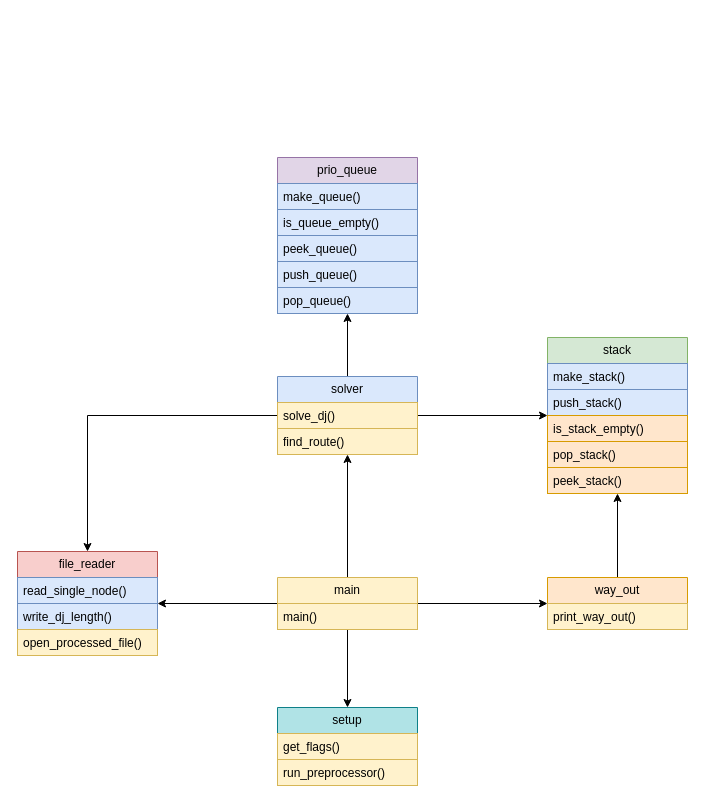
ATTWGRAT/A-MAZE-ING keeps this draw.io diagram as modules.drawio. Above is the earlier version. Source tidied: cells renumbered, new cells numbered last; positions are measured from the earlier drawing's top-left corner, leaving out a move shared by most shapes. Both pictures are drawn from the tidied source at 100%, with x=0, y=0 at pixel (17, 157).
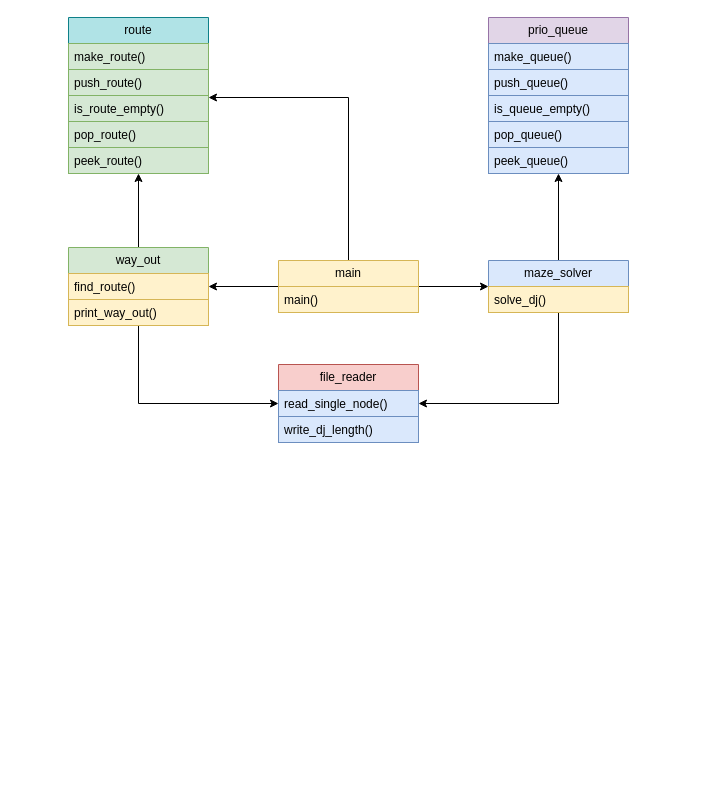
The same diagram, later.

The change refers to these unchanged cells:
```xml
<mxCell id="18" value="read_single_node()" style="text;strokeColor=#6c8ebf;fillColor=#dae8fc;align=left;verticalAlign=top;spacingLeft=4;spacingRight=4;overflow=hidden;points=[[0,0.5],[1,0.5]];portConstraint=eastwest;whiteSpace=wrap;html=1;" parent="17" vertex="1">
  <mxGeometry y="26" width="140" height="26" as="geometry" />
</mxCell>
```

Diff of the diagram source:
```diff
@@
-    <mxCell id="3" style="edgeStyle=orthogonalEdgeStyle;rounded=0;jettySize=auto;html=1;" parent="1" edge="1" source="6" target="17">
-      <mxGeometry relative="1" as="geometry" />
-    </mxCell>
-    <mxCell id="4" style="edgeStyle=orthogonalEdgeStyle;rounded=0;jettySize=auto;html=1;exitX=0.5;exitY=0;exitDx=0;exitDy=0;entryX=0.5;entryY=1;entryDx=0;entryDy=0;" parent="1" edge="1" source="6" target="24">
+    <mxCell id="4" style="edgeStyle=orthogonalEdgeStyle;rounded=0;jettySize=auto;html=1;" parent="1" edge="1" source="6" target="24">
       <mxGeometry relative="1" as="geometry" />
     </mxCell>
-    <mxCell id="5" style="edgeStyle=orthogonalEdgeStyle;rounded=0;jettySize=auto;html=1;" parent="1" edge="1" source="6" target="33">
-      <mxGeometry relative="1" as="geometry" />
-    </mxCell>
+    <mxCell id="36" style="edgeStyle=orthogonalEdgeStyle;rounded=0;jettySize=auto;html=1;" parent="1" edge="1" source="6" target="14">
+      <mxGeometry relative="1" as="geometry">
+        <Array as="points">
+          <mxPoint x="331" y="-60" />
+        </Array>
+      </mxGeometry>
+    </mxCell>
     <mxCell id="6" value="main" style="swimlane;fontStyle=0;horizontal=1;startSize=26;fillColor=#fff2cc;whiteSpace=wrap;html=1;strokeColor=#d6b656;" parent="1" vertex="1">
-      <mxGeometry x="260" y="420" width="140" height="52" as="geometry" />
+      <mxGeometry x="261" y="103" width="140" height="52" as="geometry" />
     </mxCell>
@@
+    <mxCell id="37" style="edgeStyle=orthogonalEdgeStyle;rounded=0;jettySize=auto;html=1;" parent="1" edge="1" source="9" target="18">
+      <mxGeometry relative="1" as="geometry">
+        <Array as="points">
+          <mxPoint x="121" y="246" />
+        </Array>
+      </mxGeometry>
+    </mxCell>
-    <mxCell id="9" value="way_out" style="swimlane;fontStyle=0;horizontal=1;startSize=26;fillColor=#ffe6cc;whiteSpace=wrap;html=1;strokeColor=#d79b00;" parent="1" vertex="1">
-      <mxGeometry x="530" y="420" width="140" height="52" as="geometry" />
+    <mxCell id="9" value="way_out" style="swimlane;fontStyle=0;horizontal=1;startSize=26;fillColor=#d5e8d4;whiteSpace=wrap;html=1;strokeColor=#82b366;" parent="1" vertex="1">
+      <mxGeometry x="51" y="90" width="140" height="78" as="geometry" />
     </mxCell>
+    <mxCell id="26" value="find_route()" style="text;strokeColor=#d6b656;fillColor=#fff2cc;align=left;verticalAlign=top;spacingLeft=4;spacingRight=4;overflow=hidden;whiteSpace=wrap;html=1;" parent="9" vertex="1">
+      <mxGeometry y="26" width="140" height="26" as="geometry" />
+    </mxCell>
     <mxCell id="10" value="print_way_out()" style="text;strokeColor=#d6b656;fillColor=#fff2cc;align=left;verticalAlign=top;spacingLeft=4;spacingRight=4;overflow=hidden;whiteSpace=wrap;html=1;" parent="9" vertex="1">
-      <mxGeometry y="26" width="140" height="26" as="geometry" />
+      <mxGeometry y="52" width="140" height="26" as="geometry" />
     </mxCell>
-    <mxCell id="11" value="stack" style="swimlane;fontStyle=0;horizontal=1;startSize=26;fillColor=#d5e8d4;whiteSpace=wrap;html=1;strokeColor=#82b366;" parent="1" vertex="1">
-      <mxGeometry x="530" y="180" width="140" height="156" as="geometry" />
+    <mxCell id="11" value="route" style="swimlane;fontStyle=0;horizontal=1;startSize=26;fillColor=#b0e3e6;whiteSpace=wrap;html=1;strokeColor=#0e8088;" parent="1" vertex="1">
+      <mxGeometry x="51" y="-140" width="140" height="156" as="geometry" />
     </mxCell>
-    <mxCell id="12" value="make_stack()" style="text;strokeColor=#6c8ebf;fillColor=#dae8fc;align=left;verticalAlign=top;spacingLeft=4;spacingRight=4;overflow=hidden;whiteSpace=wrap;html=1;" parent="11" vertex="1">
+    <mxCell id="12" value="make_route()" style="text;strokeColor=#82b366;fillColor=#d5e8d4;align=left;verticalAlign=top;spacingLeft=4;spacingRight=4;overflow=hidden;whiteSpace=wrap;html=1;" parent="11" vertex="1">
       <mxGeometry y="26" width="140" height="26" as="geometry" />
     </mxCell>
-    <mxCell id="13" value="push_stack()" style="text;strokeColor=#6c8ebf;fillColor=#dae8fc;align=left;verticalAlign=top;spacingLeft=4;spacingRight=4;overflow=hidden;whiteSpace=wrap;html=1;" parent="11" vertex="1">
+    <mxCell id="13" value="push_route()" style="text;strokeColor=#82b366;fillColor=#d5e8d4;align=left;verticalAlign=top;spacingLeft=4;spacingRight=4;overflow=hidden;whiteSpace=wrap;html=1;" parent="11" vertex="1">
       <mxGeometry y="52" width="140" height="26" as="geometry" />
     </mxCell>
-    <mxCell id="14" value="is_stack_empty()" style="text;strokeColor=#d79b00;fillColor=#ffe6cc;align=left;verticalAlign=top;spacingLeft=4;spacingRight=4;overflow=hidden;points=[[0,0.5],[1,0.5]];portConstraint=eastwest;whiteSpace=wrap;html=1;" parent="11" vertex="1">
+    <mxCell id="14" value="is_route_empty()" style="text;strokeColor=#82b366;fillColor=#d5e8d4;align=left;verticalAlign=top;spacingLeft=4;spacingRight=4;overflow=hidden;points=[[0,0.5],[1,0.5]];portConstraint=eastwest;whiteSpace=wrap;html=1;" parent="11" vertex="1">
       <mxGeometry y="78" width="140" height="26" as="geometry" />
     </mxCell>
-    <mxCell id="15" value="pop_stack()" style="text;strokeColor=#d79b00;fillColor=#ffe6cc;align=left;verticalAlign=top;spacingLeft=4;spacingRight=4;overflow=hidden;whiteSpace=wrap;html=1;" parent="11" vertex="1">
+    <mxCell id="15" value="pop_route()" style="text;strokeColor=#82b366;fillColor=#d5e8d4;align=left;verticalAlign=top;spacingLeft=4;spacingRight=4;overflow=hidden;whiteSpace=wrap;html=1;" parent="11" vertex="1">
       <mxGeometry y="104" width="140" height="26" as="geometry" />
     </mxCell>
-    <mxCell id="16" value="peek_stack()" style="text;strokeColor=#d79b00;fillColor=#ffe6cc;align=left;verticalAlign=top;spacingLeft=4;spacingRight=4;overflow=hidden;whiteSpace=wrap;html=1;" parent="11" vertex="1">
+    <mxCell id="16" value="peek_route()" style="text;strokeColor=#82b366;fillColor=#d5e8d4;align=left;verticalAlign=top;spacingLeft=4;spacingRight=4;overflow=hidden;whiteSpace=wrap;html=1;" parent="11" vertex="1">
       <mxGeometry y="130" width="140" height="26" as="geometry" />
     </mxCell>
     <mxCell id="17" value="file_reader" style="swimlane;fontStyle=0;horizontal=1;startSize=26;fillColor=#f8cecc;whiteSpace=wrap;html=1;strokeColor=#b85450;" parent="1" vertex="1">
-      <mxGeometry y="394" width="140" height="104" as="geometry" />
+      <mxGeometry x="261" y="207" width="140" height="78" as="geometry" />
     </mxCell>
@@
-    <mxCell id="20" value="open_processed_file()" style="text;strokeColor=#d6b656;fillColor=#fff2cc;align=left;verticalAlign=top;spacingLeft=4;spacingRight=4;overflow=hidden;whiteSpace=wrap;html=1;" parent="17" vertex="1">
-      <mxGeometry y="78" width="140" height="26" as="geometry" />
-    </mxCell>
@@
-    <mxCell id="22" style="edgeStyle=orthogonalEdgeStyle;rounded=0;jettySize=auto;html=1;" parent="1" edge="1" source="24" target="17">
-      <mxGeometry relative="1" as="geometry" />
-    </mxCell>
-    <mxCell id="23" style="edgeStyle=orthogonalEdgeStyle;rounded=0;jettySize=auto;html=1;" parent="1" edge="1" source="24" target="11">
-      <mxGeometry relative="1" as="geometry" />
-    </mxCell>
+    <mxCell id="38" style="edgeStyle=orthogonalEdgeStyle;rounded=0;jettySize=auto;html=1;" parent="1" edge="1" source="24" target="18">
+      <mxGeometry relative="1" as="geometry" />
+    </mxCell>
-    <mxCell id="24" value="solver" style="swimlane;fontStyle=0;horizontal=1;startSize=26;fillColor=#dae8fc;whiteSpace=wrap;html=1;strokeColor=#6c8ebf;" parent="1" vertex="1">
-      <mxGeometry x="260" y="219" width="140" height="78" as="geometry" />
+    <mxCell id="24" value="maze_solver" style="swimlane;fontStyle=0;horizontal=1;startSize=26;fillColor=#dae8fc;whiteSpace=wrap;html=1;strokeColor=#6c8ebf;" parent="1" vertex="1">
+      <mxGeometry x="471" y="103" width="140" height="52" as="geometry" />
     </mxCell>
@@
-    <mxCell id="26" value="find_route()" style="text;strokeColor=#d6b656;fillColor=#fff2cc;align=left;verticalAlign=top;spacingLeft=4;spacingRight=4;overflow=hidden;whiteSpace=wrap;html=1;" parent="24" vertex="1">
-      <mxGeometry y="52" width="140" height="26" as="geometry" />
-    </mxCell>
     <mxCell id="27" value="prio_queue" style="swimlane;fontStyle=0;horizontal=1;startSize=26;fillColor=#e1d5e7;whiteSpace=wrap;html=1;strokeColor=#9673a6;" parent="1" vertex="1">
-      <mxGeometry x="260" width="140" height="156" as="geometry" />
+      <mxGeometry x="471" y="-140" width="140" height="156" as="geometry" />
     </mxCell>
@@
+    <mxCell id="31" value="push_queue()" style="text;strokeColor=#6c8ebf;fillColor=#dae8fc;align=left;verticalAlign=top;spacingLeft=4;spacingRight=4;overflow=hidden;whiteSpace=wrap;html=1;" parent="27" vertex="1">
+      <mxGeometry y="52" width="140" height="26" as="geometry" />
+    </mxCell>
     <mxCell id="29" value="is_queue_empty()" style="text;strokeColor=#6c8ebf;fillColor=#dae8fc;align=left;verticalAlign=top;spacingLeft=4;spacingRight=4;overflow=hidden;whiteSpace=wrap;html=1;" parent="27" vertex="1">
-      <mxGeometry y="52" width="140" height="26" as="geometry" />
+      <mxGeometry y="78" width="140" height="26" as="geometry" />
     </mxCell>
+    <mxCell id="32" value="pop_queue()" style="text;strokeColor=#6c8ebf;fillColor=#dae8fc;align=left;verticalAlign=top;spacingLeft=4;spacingRight=4;overflow=hidden;whiteSpace=wrap;html=1;" parent="27" vertex="1">
+      <mxGeometry y="104" width="140" height="26" as="geometry" />
+    </mxCell>
     <mxCell id="30" value="peek_queue()" style="text;strokeColor=#6c8ebf;fillColor=#dae8fc;align=left;verticalAlign=top;spacingLeft=4;spacingRight=4;overflow=hidden;whiteSpace=wrap;html=1;" parent="27" vertex="1">
-      <mxGeometry y="78" width="140" height="26" as="geometry" />
+      <mxGeometry y="130" width="140" height="26" as="geometry" />
     </mxCell>
-    <mxCell id="31" value="push_queue()" style="text;strokeColor=#6c8ebf;fillColor=#dae8fc;align=left;verticalAlign=top;spacingLeft=4;spacingRight=4;overflow=hidden;whiteSpace=wrap;html=1;" parent="27" vertex="1">
-      <mxGeometry y="104" width="140" height="26" as="geometry" />
-    </mxCell>
-    <mxCell id="32" value="pop_queue()" style="text;strokeColor=#6c8ebf;fillColor=#dae8fc;align=left;verticalAlign=top;spacingLeft=4;spacingRight=4;overflow=hidden;whiteSpace=wrap;html=1;" parent="27" vertex="1">
-      <mxGeometry y="130" width="140" height="26" as="geometry" />
-    </mxCell>
-    <mxCell id="33" value="setup" style="swimlane;fontStyle=0;horizontal=1;startSize=26;fillColor=#b0e3e6;whiteSpace=wrap;html=1;strokeColor=#0e8088;" parent="1" vertex="1">
-      <mxGeometry x="260" y="550" width="140" height="78" as="geometry" />
-    </mxCell>
-    <mxCell id="34" value="get_flags()" style="text;strokeColor=#d6b656;fillColor=#fff2cc;align=left;verticalAlign=top;spacingLeft=4;spacingRight=4;overflow=hidden;whiteSpace=wrap;html=1;" parent="33" vertex="1">
-      <mxGeometry y="26" width="140" height="26" as="geometry" />
-    </mxCell>
-    <mxCell id="35" value="run_preprocessor()" style="text;strokeColor=#d6b656;fillColor=#fff2cc;align=left;verticalAlign=top;spacingLeft=4;spacingRight=4;overflow=hidden;whiteSpace=wrap;html=1;" parent="33" vertex="1">
-      <mxGeometry y="52" width="140" height="26" as="geometry" />
-    </mxCell>
```
